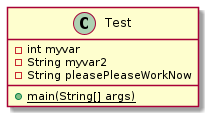
Earlier version of the PlantUML export docs/uml/test.png (andrewdimmer/csi-3370-software-project-config-test).
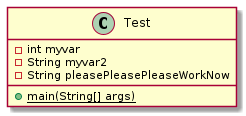
After the change.

What changed in the source:
```diff
@@ -3,7 +3,7 @@
 class Test {
     - int myvar
     - String myvar2
-    - String pleasePleaseWorkNow
+    - String pleasePleasePleaseWorkNow
     {static} + main(String[] args)
 }
 
```
